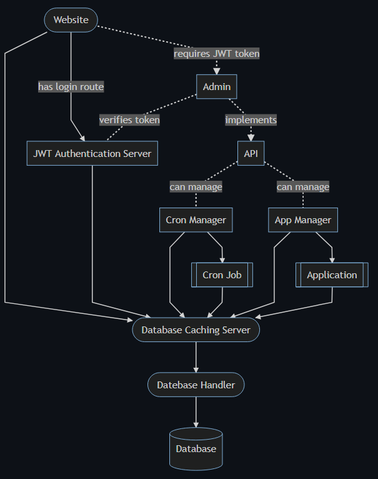
The Mermaid diagram diagrams/domain.png in olivernybo/leviathan, before a commit. Its source is kept beside it as diagrams/domain.mmd.
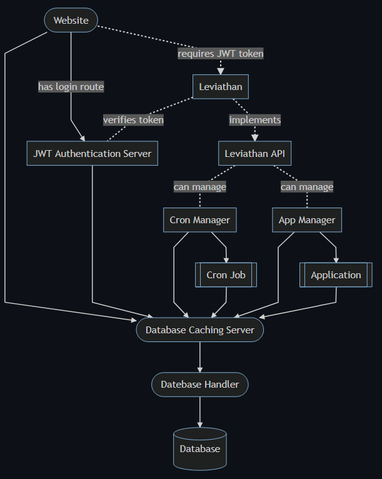
Above is the later version.

Commit message:
admin --> leviathan

What changed in the source:
```diff
@@ -4,18 +4,18 @@
 	dbcache([Database Caching Server])
 	web([Website])
 	jwt[JWT Authentication Server]
-	admin[Admin]
-	api[API]
+	leviathan[Leviathan]
+	api[Leviathan API]
 	cronmanager[Cron Manager]
 	cronjob[[Cron Job]]
 	appmanager[App Manager]
 	app[[Application]]
 
 	web-->dbcache
-	web-.->|requires JWT token|admin
+	web-.->|requires JWT token|leviathan
 	web-->|has login route|jwt
-	admin-.-|verifies token|jwt
-	admin-.->|implements|api
+	leviathan-.-|verifies token|jwt
+	leviathan-.->|implements|api
 	jwt-->dbcache
 	api-.-|can manage|cronmanager
 	api-.-|can manage|appmanager
```
